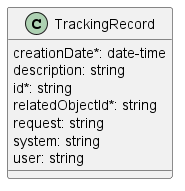
MEF-GIT/MEF-LSO-Legato-SDK keeps this PlantUML diagram as documentation/serviceApi/pm/performance/media/trackingRecordModel.png. Above is the earlier version. Source of this version:
```plantuml
@startuml trackingRecordModel

class TrackingRecord {

    creationDate*: date-time
    description: string
    id*: string
    relatedObjectId*: string
    request: string
    system: string
    user: string
}

@enduml
```
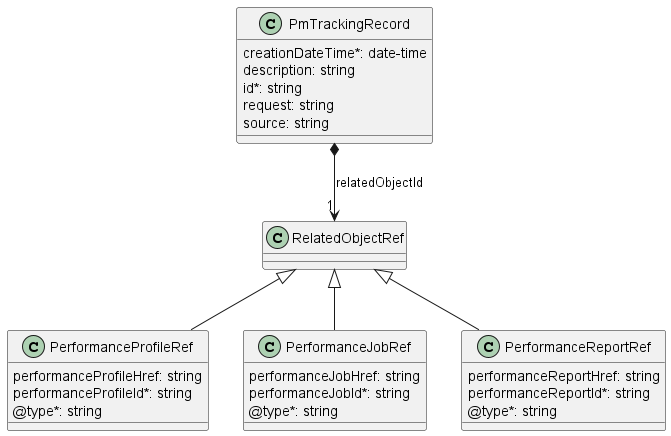
The same diagram one commit later.

What changed in the source:
```diff
@@ -1,14 +1,39 @@
 @startuml trackingRecordModel
 
-class TrackingRecord {
-
-    creationDate*: date-time
+class PmTrackingRecord {
+    creationDateTime*: date-time
     description: string
     id*: string
-    relatedObjectId*: string
     request: string
-    system: string
-    user: string
+    source: string
 }
 
+PmTrackingRecord *-->"1" RelatedObjectRef : relatedObjectId
+
+class RelatedObjectRef {
+
+}
+
+class PerformanceProfileRef {
+    performanceProfileHref: string
+    performanceProfileId*: string
+    @type*: string
+}
+
+class PerformanceJobRef {
+    performanceJobHref: string
+    performanceJobId*: string
+    @type*: string
+}
+
+class PerformanceReportRef {
+    performanceReportHref: string
+    performanceReportId*: string
+    @type*: string
+}
+
+RelatedObjectRef <|-- PerformanceProfileRef
+RelatedObjectRef <|-- PerformanceJobRef
+RelatedObjectRef <|-- PerformanceReportRef
+
 @enduml
```
